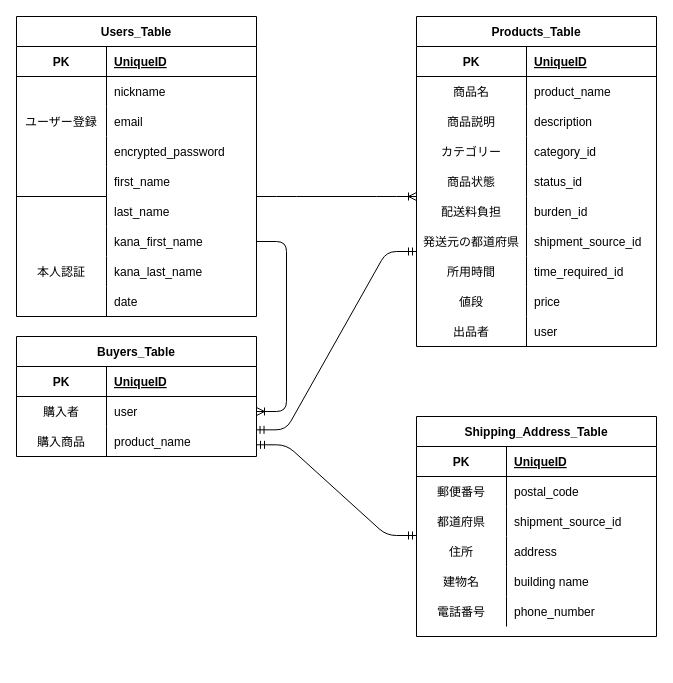
This is furima-35965.dio from naoyanman-hashimoto/furima-35965, a draw.io file, before an edit. Source tidied: cells renumbered, new cells numbered last; positions are measured from the earlier drawing's top-left corner, leaving out a move shared by most shapes. Both pictures are drawn from the tidied source at 100%, with x=0, y=0 at pixel (16, 16).
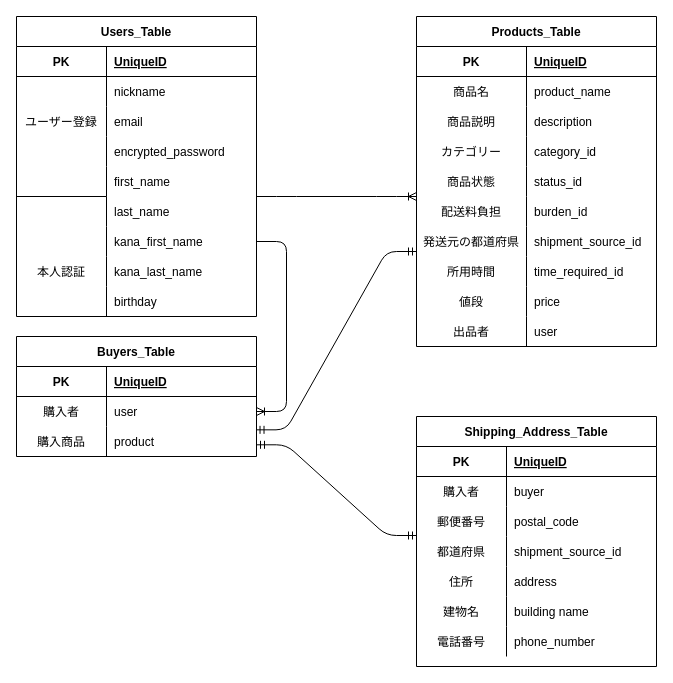
The same page after the edit.

Commit message (it also covers changes not shown here):
READMEとER図の修正(2)

The change refers to these unchanged cells:
```xml
<mxCell id="27" style="shape=partialRectangle;fillColor=none;top=0;left=0;bottom=0;right=0;" parent="2" vertex="1">
  <mxGeometry y="270" width="240" height="30" as="geometry" />
</mxCell>
<mxCell id="69" style="shape=partialRectangle;fillColor=none;top=0;left=0;bottom=0;right=0;points=[[0,0.5],[1,0.5]];portConstraint=eastwest;" parent="62" vertex="1">
  <mxGeometry y="90" width="240" height="30" as="geometry" />
</mxCell>
```

What changed in the source:
```diff
@@
-    <mxCell id="29" value="date" style="shape=partialRectangle;fillColor=none;top=0;left=0;bottom=0;right=0;align=left;spacingLeft=6;overflow=hidden;" parent="27" vertex="1">
+    <mxCell id="29" value="birthday" style="shape=partialRectangle;fillColor=none;top=0;left=0;bottom=0;right=0;align=left;spacingLeft=6;overflow=hidden;" parent="27" vertex="1">
       <mxGeometry x="90" width="150" height="30" as="geometry" />
     </mxCell>
@@
-    <mxCell id="71" value="product_name" style="shape=partialRectangle;fillColor=none;top=0;left=0;bottom=0;right=0;align=left;spacingLeft=6;overflow=hidden;" parent="69" vertex="1">
+    <mxCell id="71" value="product" style="shape=partialRectangle;fillColor=none;top=0;left=0;bottom=0;right=0;align=left;spacingLeft=6;overflow=hidden;" parent="69" vertex="1">
       <mxGeometry x="90" width="150" height="30" as="geometry" />
     </mxCell>
@@
     <mxCell id="75" value="Shipping_Address_Table" style="shape=table;startSize=30;childLayout=tableLayout;rowLines=0;fontStyle=1;align=center;" parent="1" vertex="1">
-      <mxGeometry x="400" y="400" width="240" height="220" as="geometry" />
+      <mxGeometry x="400" y="400" width="240" height="250" as="geometry" />
     </mxCell>
@@
+    <mxCell id="95" style="shape=partialRectangle;fillColor=none;top=0;left=0;bottom=0;right=0;" parent="75" vertex="1">
+      <mxGeometry y="60" width="240" height="30" as="geometry" />
+    </mxCell>
+    <mxCell id="96" value="購入者" style="shape=partialRectangle;fillColor=none;top=0;left=0;bottom=0;right=0;overflow=hidden;" parent="95" vertex="1">
+      <mxGeometry width="90" height="30" as="geometry" />
+    </mxCell>
+    <mxCell id="97" value="buyer" style="shape=partialRectangle;fillColor=none;top=0;left=0;bottom=0;right=0;align=left;spacingLeft=6;overflow=hidden;" parent="95" vertex="1">
+      <mxGeometry x="90" width="150" height="30" as="geometry" />
+    </mxCell>
     <mxCell id="79" style="shape=partialRectangle;fillColor=none;top=0;left=0;bottom=0;right=0;" parent="75" vertex="1">
-      <mxGeometry y="60" width="240" height="30" as="geometry" />
+      <mxGeometry y="90" width="240" height="30" as="geometry" />
     </mxCell>
@@
     <mxCell id="82" style="shape=partialRectangle;fillColor=none;top=0;left=0;bottom=0;right=0;" parent="75" vertex="1">
-      <mxGeometry y="90" width="240" height="30" as="geometry" />
+      <mxGeometry y="120" width="240" height="30" as="geometry" />
     </mxCell>
@@
     <mxCell id="85" style="shape=partialRectangle;fillColor=none;top=0;left=0;bottom=0;right=0;" parent="75" vertex="1">
-      <mxGeometry y="120" width="240" height="30" as="geometry" />
+      <mxGeometry y="150" width="240" height="30" as="geometry" />
     </mxCell>
@@
     <mxCell id="88" style="shape=partialRectangle;fillColor=none;top=0;left=0;bottom=0;right=0;" parent="75" vertex="1">
-      <mxGeometry y="150" width="240" height="30" as="geometry" />
+      <mxGeometry y="180" width="240" height="30" as="geometry" />
     </mxCell>
@@
     <mxCell id="91" style="shape=partialRectangle;fillColor=none;top=0;left=0;bottom=0;right=0;" parent="75" vertex="1">
-      <mxGeometry y="180" width="240" height="30" as="geometry" />
+      <mxGeometry y="210" width="240" height="30" as="geometry" />
     </mxCell>
```
